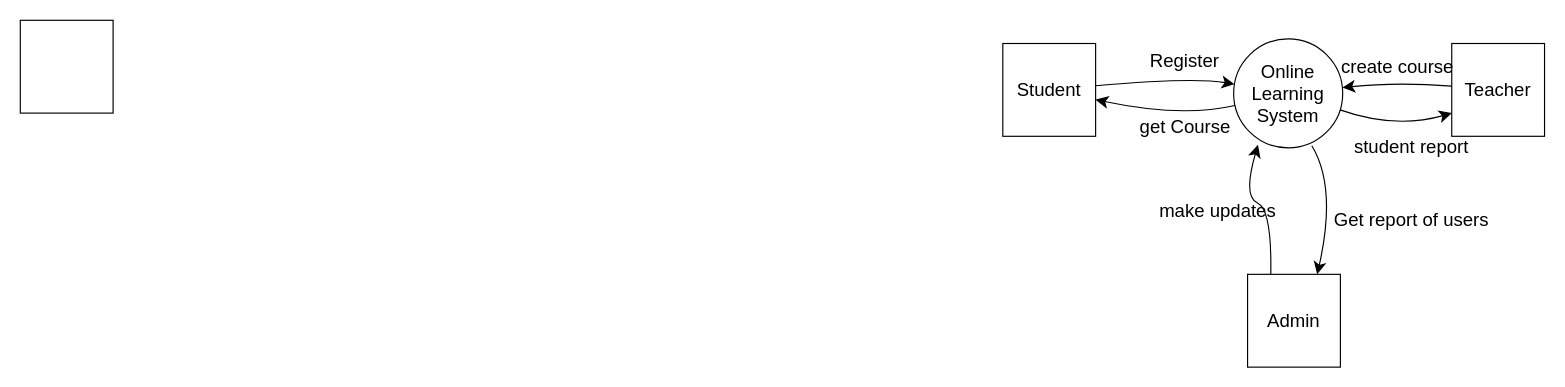
The draw.io diagram Untitled Diagram.drawio in Manish85-cell/test, before the edit. Source tidied: cells renumbered, new cells numbered last; positions are measured from the earlier drawing's top-left corner, leaving out a move shared by most shapes. Both pictures are drawn from the tidied source at 116%, with x=0, y=0 at pixel (20, 20).
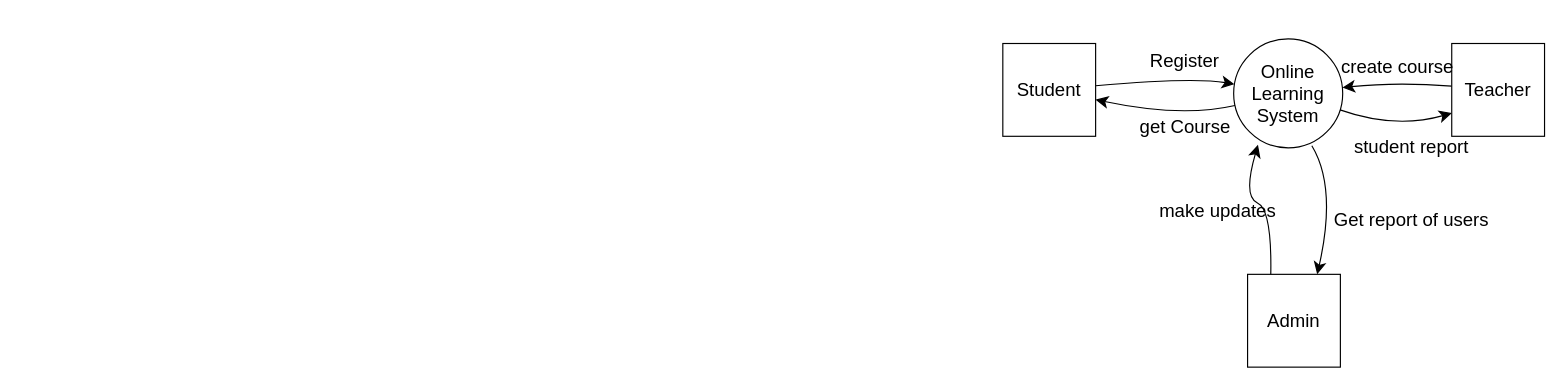
The same diagram, later.

Change to the diagram source:
```diff
@@
-    <mxCell id="11" style="whiteSpace=wrap;html=1;fontSize=16;" parent="1" vertex="1">
-      <mxGeometry width="80" height="80" as="geometry" />
-    </mxCell>
```
